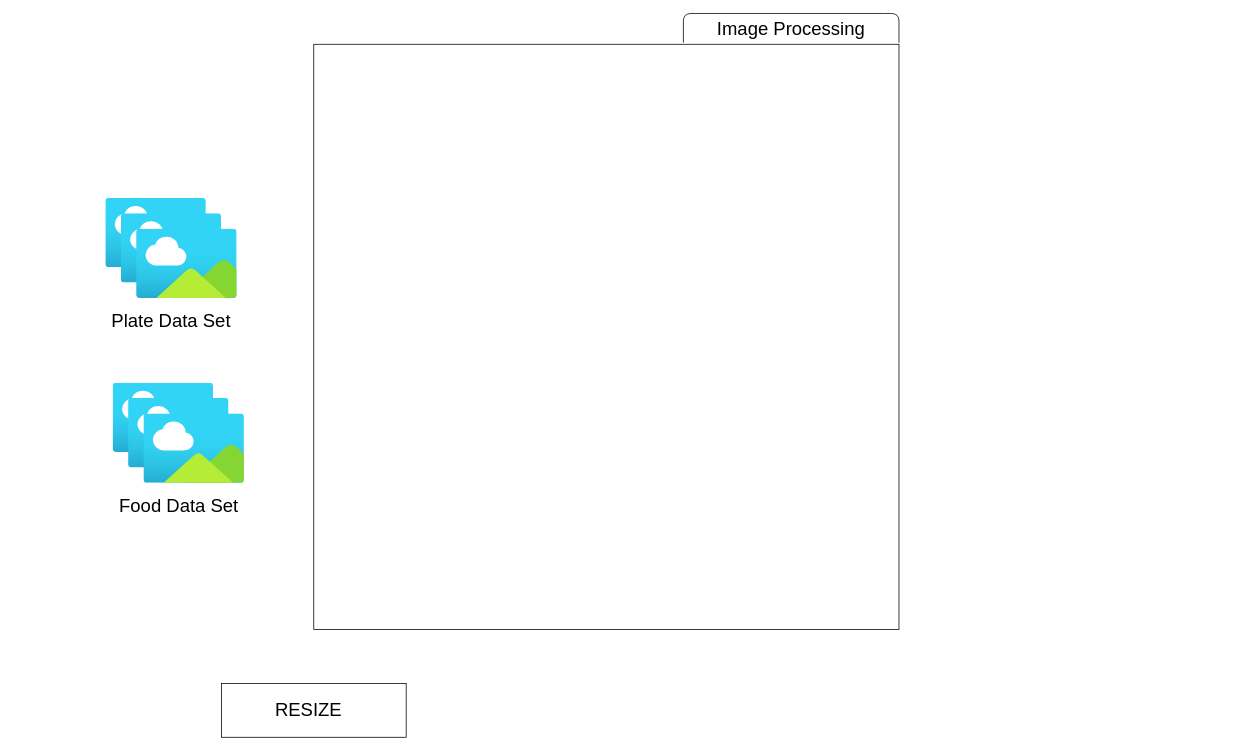
The draw.io diagram WorkLogic.drawio in ImageProcessingBasedDietApp/ColabWorks, before the edit. Source tidied: cells renumbered, new cells numbered last; positions are measured from the earlier drawing's top-left corner, leaving out a move shared by most shapes. Both pictures are drawn from the tidied source at 77%, with x=0, y=0 at pixel (75, 13).
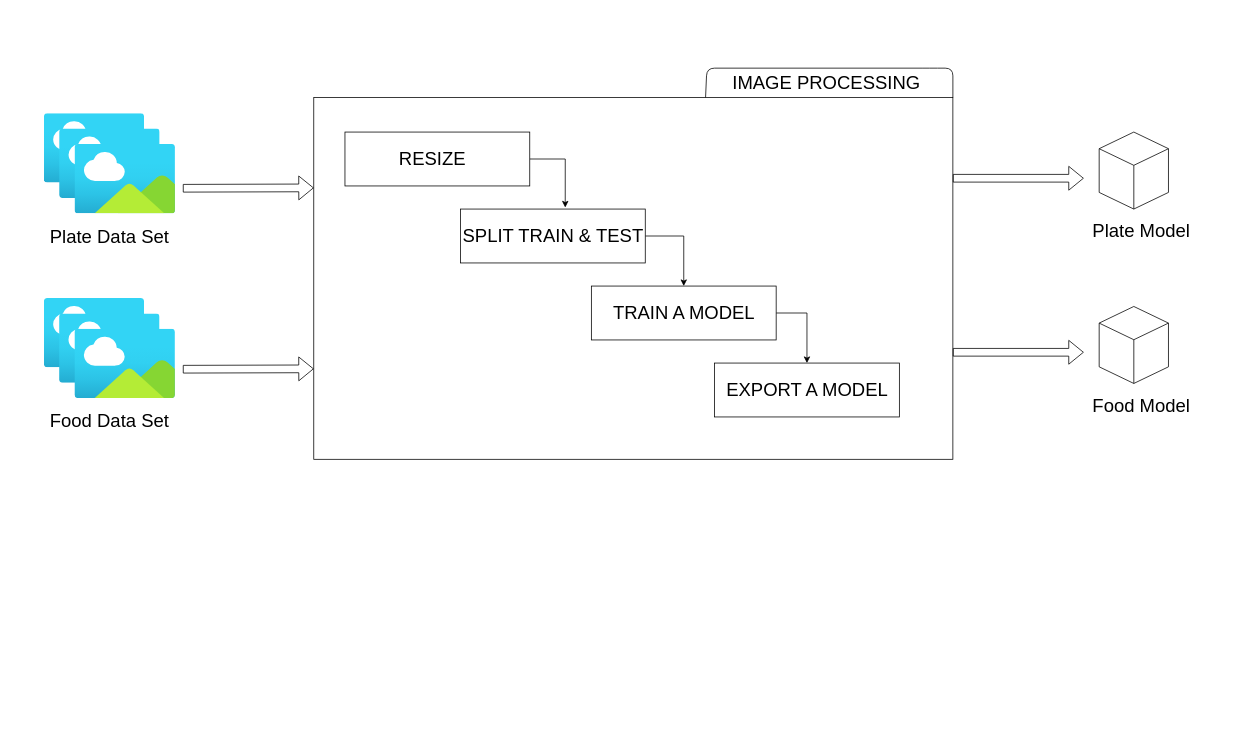
After the change.

What changed in the source:
```diff
@@
-    <mxCell id="2" style="whiteSpace=wrap;html=1;" parent="1" vertex="1">
-      <mxGeometry x="310" y="40" width="760" height="760" as="geometry" />
-    </mxCell>
     <mxCell id="3" style="html=1;align=center;image;fontSize=12;image=img/lib/azure2/general/Image.svg;" parent="1" vertex="1">
-      <mxGeometry x="39.6" y="240" width="130.9" height="90" as="geometry" />
+      <mxGeometry x="-40.4" y="130" width="130.9" height="90" as="geometry" />
     </mxCell>
     <mxCell id="4" style="html=1;align=center;image;fontSize=12;image=img/lib/azure2/general/Image.svg;" parent="1" vertex="1">
-      <mxGeometry x="59.6" y="260" width="130.9" height="90" as="geometry" />
+      <mxGeometry x="-20.4" y="150" width="130.9" height="90" as="geometry" />
     </mxCell>
     <mxCell id="5" style="html=1;align=center;image;fontSize=12;image=img/lib/azure2/general/Image.svg;" parent="1" vertex="1">
-      <mxGeometry x="79.6" y="280" width="130.9" height="90" as="geometry" />
+      <mxGeometry x="-0.4" y="170" width="130.9" height="90" as="geometry" />
     </mxCell>
     <mxCell id="6" style="html=1;align=center;image;fontSize=12;image=img/lib/azure2/general/Image.svg;" parent="1" vertex="1">
-      <mxGeometry x="49.1" y="480" width="130.9" height="90" as="geometry" />
+      <mxGeometry x="-40.4" y="370" width="130.9" height="90" as="geometry" />
     </mxCell>
     <mxCell id="7" style="html=1;align=center;image;fontSize=12;image=img/lib/azure2/general/Image.svg;" parent="1" vertex="1">
-      <mxGeometry x="69.1" y="500" width="130.9" height="90" as="geometry" />
+      <mxGeometry x="-20.5" y="390" width="130.9" height="90" as="geometry" />
     </mxCell>
     <mxCell id="8" style="html=1;align=center;image;fontSize=12;image=img/lib/azure2/general/Image.svg;" parent="1" vertex="1">
-      <mxGeometry x="89.1" y="520" width="130.9" height="90" as="geometry" />
+      <mxGeometry x="-0.5" y="410" width="130.9" height="90" as="geometry" />
     </mxCell>
     <mxCell id="9" value="&lt;font style=&quot;font-size: 24px&quot;&gt;Plate Data Set&lt;/font&gt;" style="text;html=1;strokeColor=none;fillColor=none;align=center;verticalAlign=middle;whiteSpace=wrap;rounded=0;" parent="1" vertex="1">
-      <mxGeometry y="380" width="250" height="40" as="geometry" />
+      <mxGeometry x="-80" y="270" width="250" height="40" as="geometry" />
     </mxCell>
     <mxCell id="10" value="&lt;font style=&quot;font-size: 24px&quot;&gt;Food Data Set&lt;/font&gt;" style="text;html=1;strokeColor=none;fillColor=none;align=center;verticalAlign=middle;whiteSpace=wrap;rounded=0;" parent="1" vertex="1">
-      <mxGeometry x="9.6" y="620" width="250" height="40" as="geometry" />
+      <mxGeometry x="-80" y="510" width="250" height="40" as="geometry" />
     </mxCell>
-    <mxCell id="11" style="endArrow=none;html=1;" parent="1" edge="1">
+    <mxCell id="11" style="endArrow=none;html=1;exitX=0.613;exitY=0.002;exitDx=0;exitDy=0;exitPerimeter=0;" parent="1" edge="1" source="14">
       <mxGeometry relative="1" as="geometry">
-        <mxPoint x="790" y="38" as="sourcePoint" />
-        <mxPoint x="1070" y="38" as="targetPoint" />
+        <mxPoint x="1140" y="109" as="targetPoint" />
         <Array as="points">
-          <mxPoint x="790" />
-          <mxPoint x="1040" />
-          <mxPoint x="1070" />
+          <mxPoint x="820.5" y="71" />
+          <mxPoint x="1110" y="71" />
+          <mxPoint x="1140" y="71" />
         </Array>
       </mxGeometry>
     </mxCell>
-    <mxCell id="12" value="&lt;font size=&quot;5&quot;&gt;Image Processing&lt;/font&gt;" style="text;html=1;strokeColor=none;fillColor=none;align=center;verticalAlign=middle;whiteSpace=wrap;rounded=0;" parent="1" vertex="1">
-      <mxGeometry x="820" y="10" width="220" height="20" as="geometry" />
+    <mxCell id="12" value="&lt;font size=&quot;5&quot;&gt;IMAGE PROCESSING&lt;/font&gt;" style="text;html=1;strokeColor=none;fillColor=none;align=center;verticalAlign=middle;whiteSpace=wrap;rounded=0;" parent="1" vertex="1">
+      <mxGeometry x="850.5" y="81" width="249.6" height="20" as="geometry" />
     </mxCell>
+    <mxCell id="14" style="rounded=0;whiteSpace=wrap;html=1;" parent="1" vertex="1">
+      <mxGeometry x="310" y="109" width="830" height="470" as="geometry" />
+    </mxCell>
+    <mxCell id="15" style="edgeStyle=orthogonalEdgeStyle;rounded=0;jettySize=auto;html=1;exitX=1;exitY=0.5;exitDx=0;exitDy=0;entryX=0.567;entryY=-0.029;entryDx=0;entryDy=0;entryPerimeter=0;" parent="1" edge="1" source="13" target="17">
+      <mxGeometry relative="1" as="geometry" />
+    </mxCell>
     <mxCell id="13" value="&lt;font style=&quot;font-size: 24px&quot;&gt;RESIZE &amp;nbsp;&lt;/font&gt;" style="rounded=0;whiteSpace=wrap;html=1;" parent="1" vertex="1">
-      <mxGeometry x="190" y="870" width="240" height="70" as="geometry" />
+      <mxGeometry x="350.5" y="154" width="240" height="70" as="geometry" />
     </mxCell>
+    <mxCell id="16" style="edgeStyle=orthogonalEdgeStyle;rounded=0;jettySize=auto;html=1;exitX=1;exitY=0.5;exitDx=0;exitDy=0;entryX=0.5;entryY=0;entryDx=0;entryDy=0;" parent="1" edge="1" source="17" target="19">
+      <mxGeometry relative="1" as="geometry" />
+    </mxCell>
+    <mxCell id="17" value="&lt;font style=&quot;font-size: 24px&quot;&gt;SPLIT TRAIN &amp;amp; TEST&lt;/font&gt;" style="rounded=0;whiteSpace=wrap;html=1;" parent="1" vertex="1">
+      <mxGeometry x="500.5" y="254" width="240" height="70" as="geometry" />
+    </mxCell>
+    <mxCell id="18" style="edgeStyle=orthogonalEdgeStyle;rounded=0;jettySize=auto;html=1;exitX=1;exitY=0.5;exitDx=0;exitDy=0;entryX=0.5;entryY=0;entryDx=0;entryDy=0;" parent="1" edge="1" source="19" target="20">
+      <mxGeometry relative="1" as="geometry" />
+    </mxCell>
+    <mxCell id="19" value="&lt;font style=&quot;font-size: 24px&quot;&gt;TRAIN A MODEL&lt;/font&gt;" style="rounded=0;whiteSpace=wrap;html=1;" parent="1" vertex="1">
+      <mxGeometry x="670.5" y="354" width="240" height="70" as="geometry" />
+    </mxCell>
+    <mxCell id="20" value="&lt;font size=&quot;5&quot;&gt;EXPORT A MODEL&lt;/font&gt;" style="rounded=0;whiteSpace=wrap;html=1;" parent="1" vertex="1">
+      <mxGeometry x="830.5" y="454" width="240" height="70" as="geometry" />
+    </mxCell>
+    <mxCell id="21" style="shape=flexArrow;endArrow=classic;html=1;entryX=0;entryY=0.25;entryDx=0;entryDy=0;" parent="1" edge="1" target="14">
+      <mxGeometry relative="1" as="geometry">
+        <mxPoint x="140" y="227" as="sourcePoint" />
+      </mxGeometry>
+    </mxCell>
+    <mxCell id="22" style="shape=flexArrow;endArrow=classic;html=1;entryX=0;entryY=0.75;entryDx=0;entryDy=0;" parent="1" edge="1" target="14">
+      <mxGeometry relative="1" as="geometry">
+        <mxPoint x="140" y="462" as="sourcePoint" />
+      </mxGeometry>
+    </mxCell>
+    <mxCell id="23" style="html=1;whiteSpace=wrap;shape=isoCube2;backgroundOutline=1;isoAngle=15;" parent="1" vertex="1">
+      <mxGeometry x="1330" y="154" width="90" height="100" as="geometry" />
+    </mxCell>
+    <mxCell id="24" value="&lt;font style=&quot;font-size: 24px&quot;&gt;Plate Model&lt;/font&gt;" style="text;html=1;strokeColor=none;fillColor=none;align=center;verticalAlign=middle;whiteSpace=wrap;rounded=0;" parent="1" vertex="1">
+      <mxGeometry x="1260" y="263" width="250" height="40" as="geometry" />
+    </mxCell>
+    <mxCell id="25" style="html=1;whiteSpace=wrap;shape=isoCube2;backgroundOutline=1;isoAngle=15;" parent="1" vertex="1">
+      <mxGeometry x="1330" y="380.5" width="90" height="100" as="geometry" />
+    </mxCell>
+    <mxCell id="26" value="&lt;font size=&quot;5&quot;&gt;Food Model&lt;/font&gt;" style="text;html=1;strokeColor=none;fillColor=none;align=center;verticalAlign=middle;whiteSpace=wrap;rounded=0;" parent="1" vertex="1">
+      <mxGeometry x="1260" y="489.5" width="250" height="40" as="geometry" />
+    </mxCell>
+    <mxCell id="27" style="shape=flexArrow;endArrow=classic;html=1;entryX=0;entryY=0.25;entryDx=0;entryDy=0;" parent="1" edge="1">
+      <mxGeometry relative="1" as="geometry">
+        <mxPoint x="1140" y="214" as="sourcePoint" />
+        <mxPoint x="1310" y="214" as="targetPoint" />
+      </mxGeometry>
+    </mxCell>
+    <mxCell id="28" style="shape=flexArrow;endArrow=classic;html=1;entryX=0;entryY=0.25;entryDx=0;entryDy=0;" parent="1" edge="1">
+      <mxGeometry relative="1" as="geometry">
+        <mxPoint x="1140" y="440" as="sourcePoint" />
+        <mxPoint x="1310" y="440" as="targetPoint" />
+      </mxGeometry>
+    </mxCell>
```
